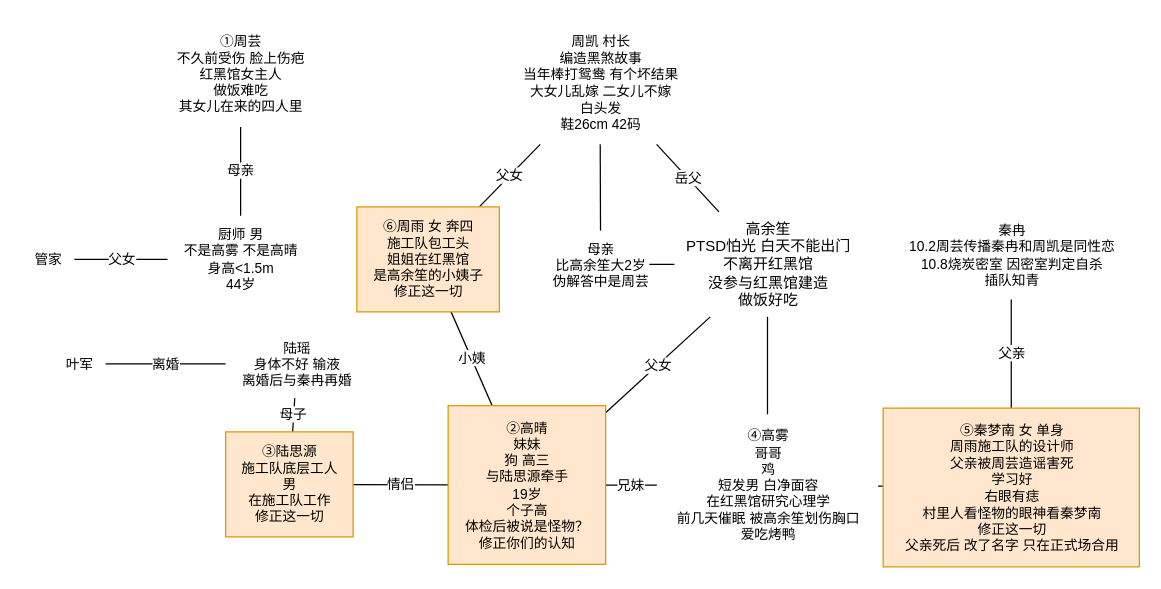
The draw.io diagram page "红黑馆" (14 of 16) of 剧本杀人物关系【总图】.drawio in luboq/draw.io, before the edit. Source tidied: cells renumbered, new cells numbered last; positions are measured from the earlier drawing's top-left corner, leaving out a move shared by most shapes. Both pictures are drawn from the tidied source at 125%, with x=0, y=0 at pixel (21, 21).
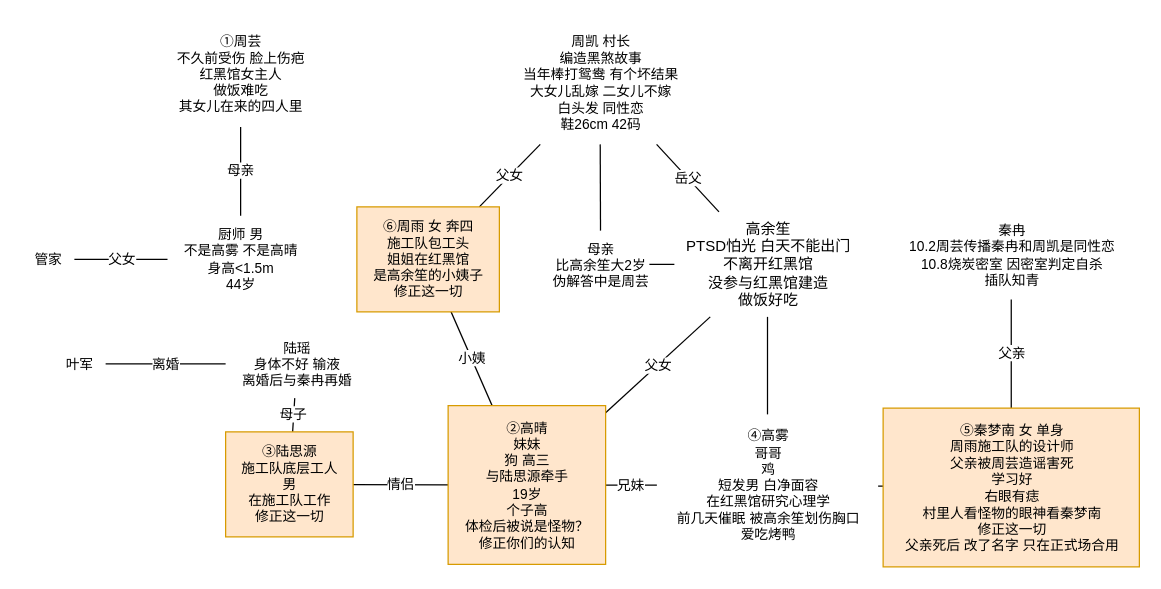
The same diagram, later.

Commit message:
更新剧本杀人物关系【总图】.drawio

Diff of the diagram source:
```diff
@@
-    <mxCell id="13" value="周凯 村长&lt;br&gt;&lt;div&gt;编造黑煞故事&lt;/div&gt;&lt;div&gt;当年棒打鸳鸯 有个坏结果&lt;/div&gt;&lt;div&gt;大女儿乱嫁 二女儿不嫁&lt;/div&gt;&lt;div&gt;白头发&lt;/div&gt;&lt;div&gt;鞋26cm 42码&lt;/div&gt;" style="text;html=1;align=center;verticalAlign=middle;points=[];strokeColor=none;fillColor=none;fontSize=11;fontFamily=Helvetica;fontColor=default;" parent="1" vertex="1">
+    <mxCell id="13" value="周凯 村长&lt;br&gt;&lt;div&gt;编造黑煞故事&lt;/div&gt;&lt;div&gt;当年棒打鸳鸯 有个坏结果&lt;/div&gt;&lt;div&gt;大女儿乱嫁 二女儿不嫁&lt;/div&gt;&lt;div&gt;白头发 同性恋&lt;/div&gt;&lt;div&gt;鞋26cm 42码&lt;/div&gt;" style="text;html=1;align=center;verticalAlign=middle;points=[];strokeColor=none;fillColor=none;fontSize=11;fontFamily=Helvetica;fontColor=default;" parent="1" vertex="1">
       <mxGeometry x="386" width="153" height="98" as="geometry" />
     </mxCell>
```
